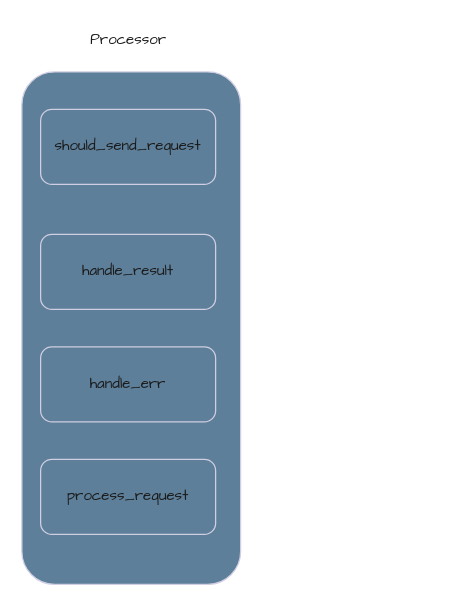
This is page "Processor" (2 of 2) of data_crawl.drawio from silan-liu/drawio, a draw.io file, before an edit. Source tidied: cells renumbered, new cells numbered last; positions are measured from the earlier drawing's top-left corner, leaving out a move shared by most shapes. Both pictures are drawn from the tidied source at 125%, with x=0, y=0 at pixel (21, 21).
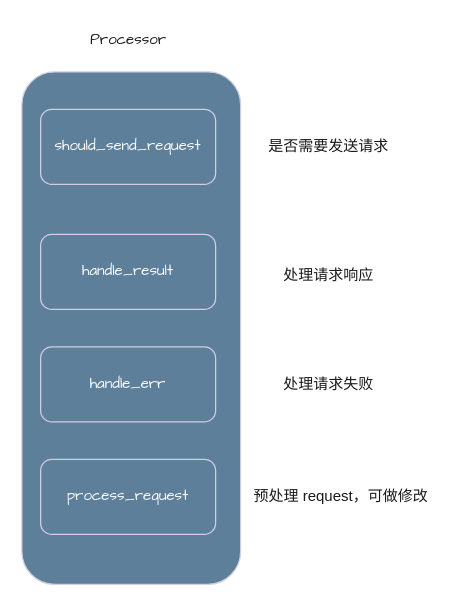
The same diagram, later.

What changed in the source:
```diff
@@
 <mxGraphModel>
   <root>
     <mxCell id="0" />
     <mxCell id="1" parent="0" />
     <mxCell id="2" style="rounded=1;whiteSpace=wrap;html=1;strokeColor=#D0CEE2;fillColor=#5D7F99;fontFamily=Comic Sans MS;labelBackgroundColor=none;fontColor=#1A1A1A;" parent="1" vertex="1">
       <mxGeometry y="40" width="175" height="410" as="geometry" />
     </mxCell>
-    <mxCell id="3" value="should_send_request" style="rounded=1;whiteSpace=wrap;html=1;strokeColor=#D0CEE2;fontColor=#1A1A1A;fillColor=#5D7F99;fontFamily=Comic Sans MS;labelBackgroundColor=none;" parent="1" vertex="1">
+    <mxCell id="3" value="&lt;font color=&quot;#ffffff&quot;&gt;should_send_request&lt;/font&gt;" style="rounded=1;whiteSpace=wrap;html=1;strokeColor=#D0CEE2;fontColor=#1A1A1A;fillColor=#5D7F99;fontFamily=Comic Sans MS;labelBackgroundColor=none;" parent="1" vertex="1">
       <mxGeometry x="15" y="70" width="140" height="60" as="geometry" />
     </mxCell>
-    <mxCell id="4" value="handle_result" style="rounded=1;whiteSpace=wrap;html=1;strokeColor=#D0CEE2;fontColor=#1A1A1A;fillColor=#5D7F99;fontFamily=Comic Sans MS;labelBackgroundColor=none;" parent="1" vertex="1">
+    <mxCell id="4" value="handle_result" style="rounded=1;whiteSpace=wrap;html=1;strokeColor=#D0CEE2;fontColor=#FFFFFF;fillColor=#5D7F99;fontFamily=Comic Sans MS;labelBackgroundColor=none;" parent="1" vertex="1">
       <mxGeometry x="15" y="170" width="140" height="60" as="geometry" />
     </mxCell>
-    <mxCell id="5" value="handle_err" style="rounded=1;whiteSpace=wrap;html=1;strokeColor=#D0CEE2;fontColor=#1A1A1A;fillColor=#5D7F99;fontFamily=Comic Sans MS;labelBackgroundColor=none;" parent="1" vertex="1">
+    <mxCell id="5" value="handle_err" style="rounded=1;whiteSpace=wrap;html=1;strokeColor=#D0CEE2;fontColor=#FFFFFF;fillColor=#5D7F99;fontFamily=Comic Sans MS;labelBackgroundColor=none;" parent="1" vertex="1">
       <mxGeometry x="15" y="260" width="140" height="60" as="geometry" />
     </mxCell>
     <mxCell id="6" value="Processor" style="text;html=1;align=center;verticalAlign=middle;strokeColor=none;fillColor=none;fontColor=#1A1A1A;fontFamily=Comic Sans MS;labelBackgroundColor=none;" parent="1" vertex="1">
       <mxGeometry x="45" width="80" height="30" as="geometry" />
     </mxCell>
-    <mxCell id="7" value="process_request" style="rounded=1;whiteSpace=wrap;html=1;strokeColor=#D0CEE2;fontColor=#1A1A1A;fillColor=#5D7F99;fontFamily=Comic Sans MS;labelBackgroundColor=none;" parent="1" vertex="1">
+    <mxCell id="7" value="process_request" style="rounded=1;whiteSpace=wrap;html=1;strokeColor=#D0CEE2;fontColor=#FFFFFF;fillColor=#5D7F99;fontFamily=Comic Sans MS;labelBackgroundColor=none;" parent="1" vertex="1">
       <mxGeometry x="15" y="350" width="140" height="60" as="geometry" />
     </mxCell>
+    <mxCell id="8" value="是否需要发送请求" style="text;html=1;align=center;verticalAlign=middle;strokeColor=none;fillColor=none;fontColor=#1A1A1A;" parent="1" vertex="1">
+      <mxGeometry x="185" y="85" width="120" height="30" as="geometry" />
+    </mxCell>
+    <mxCell id="9" value="处理请求响应" style="text;html=1;align=center;verticalAlign=middle;strokeColor=none;fillColor=none;fontColor=#1A1A1A;" parent="1" vertex="1">
+      <mxGeometry x="195" y="188" width="100" height="30" as="geometry" />
+    </mxCell>
+    <mxCell id="10" value="处理请求失败" style="text;html=1;align=center;verticalAlign=middle;strokeColor=none;fillColor=none;fontColor=#1A1A1A;" parent="1" vertex="1">
+      <mxGeometry x="195" y="275" width="100" height="30" as="geometry" />
+    </mxCell>
+    <mxCell id="11" value="预处理 request，可做修改" style="text;html=1;align=center;verticalAlign=middle;strokeColor=none;fillColor=none;fontColor=#1A1A1A;" parent="1" vertex="1">
+      <mxGeometry x="175" y="365" width="160" height="30" as="geometry" />
+    </mxCell>
   </root>
 </mxGraphModel>
```
